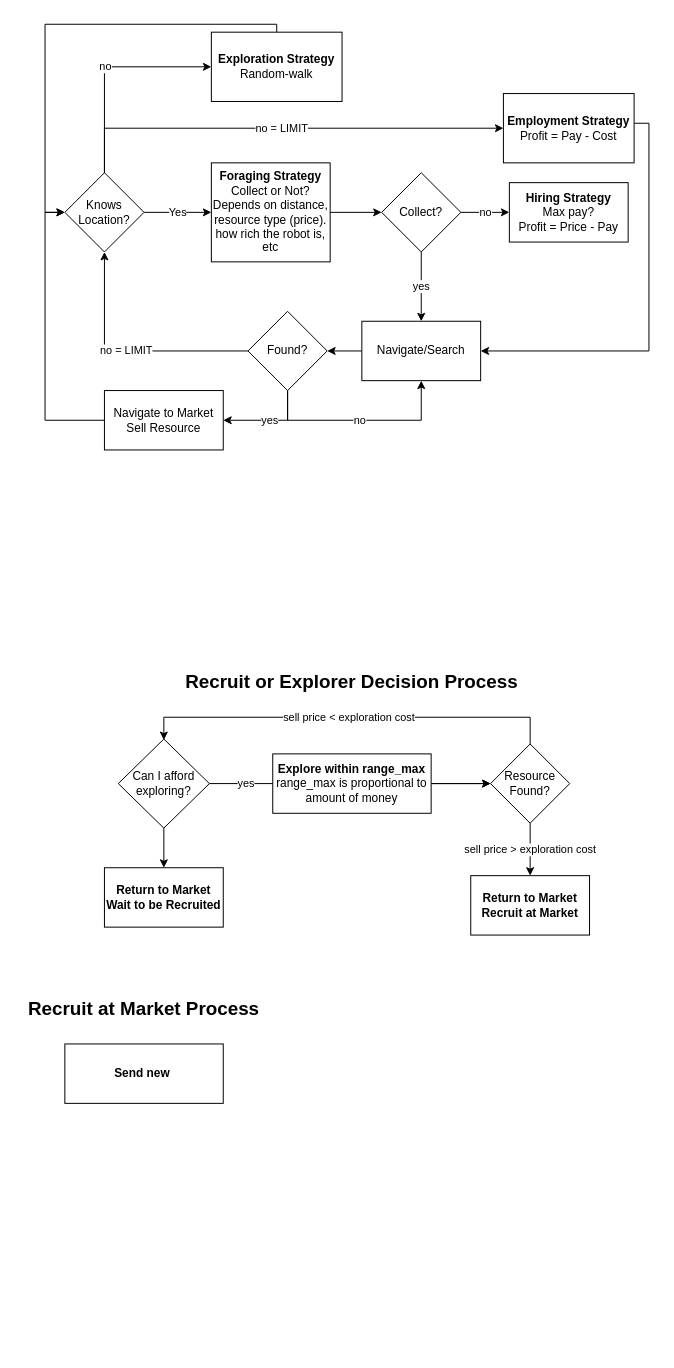
The draw.io diagram MarketForaging/Copy of Untitled Diagram.drawio in teksander/geth-argos, before the edit. Source tidied: cells renumbered, new cells numbered last; positions are measured from the earlier drawing's top-left corner, leaving out a move shared by most shapes. Both pictures are drawn from the tidied source at 99%, with x=0, y=0 at pixel (25, 24).
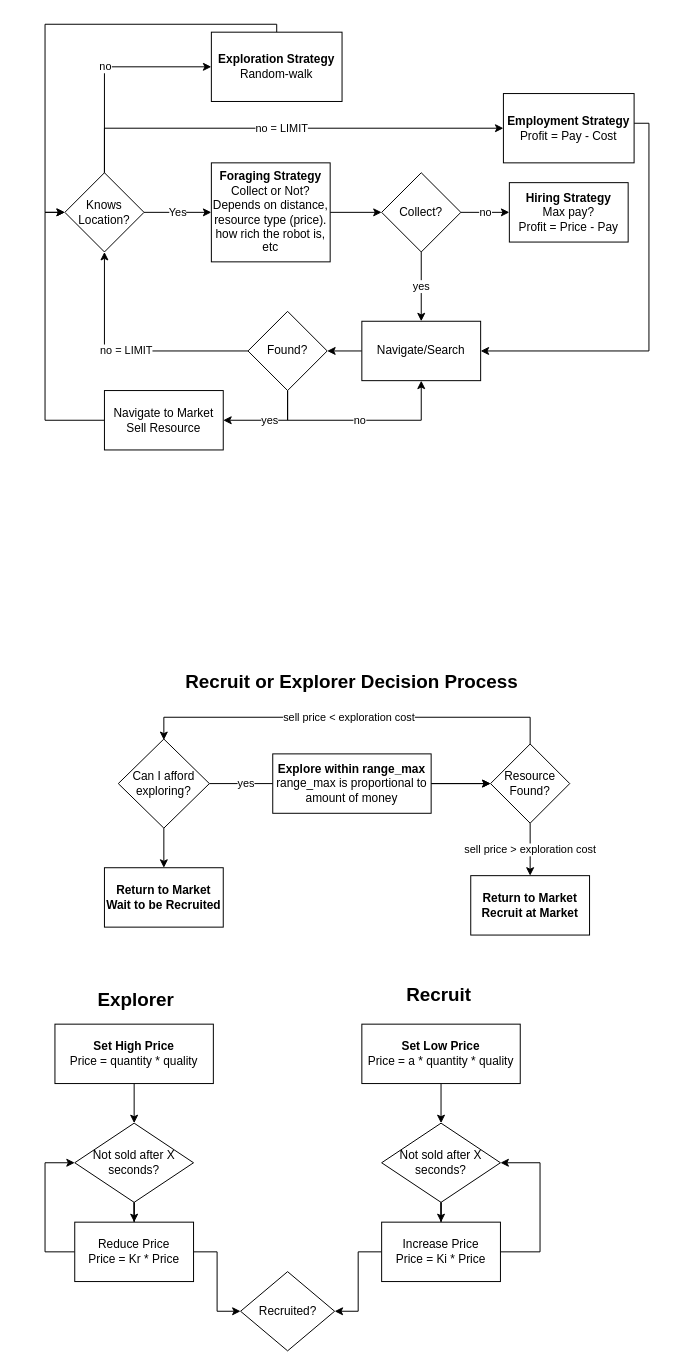
The same page after the edit.

Change to the diagram source:
```diff
@@
-    <mxCell id="36" value="&lt;font style=&quot;font-size: 19px&quot;&gt;Recruit at Market Process&lt;/font&gt;" style="text;html=1;strokeColor=none;fillColor=none;align=center;verticalAlign=middle;whiteSpace=wrap;rounded=0;fontStyle=1;" parent="1" vertex="1">
-      <mxGeometry y="980" width="240" height="30" as="geometry" />
+    <mxCell id="36" value="&lt;span style=&quot;font-size: 19px&quot;&gt;Explorer&lt;/span&gt;" style="text;html=1;strokeColor=none;fillColor=none;align=center;verticalAlign=middle;whiteSpace=wrap;rounded=0;fontStyle=1;" parent="1" vertex="1">
+      <mxGeometry x="-8" y="971" width="240" height="30" as="geometry" />
     </mxCell>
+    <mxCell id="38" style="edgeStyle=orthogonalEdgeStyle;rounded=0;jettySize=auto;html=1;" parent="1" edge="1" source="37" target="40">
+      <mxGeometry relative="1" as="geometry" />
+    </mxCell>
-    <mxCell id="37" value="&lt;b&gt;Send new&amp;nbsp;&lt;/b&gt;" style="rounded=0;whiteSpace=wrap;html=1;" parent="1" vertex="1">
-      <mxGeometry x="40" y="1030" width="160" height="60" as="geometry" />
+    <mxCell id="37" value="&lt;b&gt;Set High Price&lt;/b&gt;&lt;br&gt;Price = quantity * quality" style="rounded=0;whiteSpace=wrap;html=1;" parent="1" vertex="1">
+      <mxGeometry x="30" y="1010" width="160" height="60" as="geometry" />
     </mxCell>
+    <mxCell id="39" style="edgeStyle=orthogonalEdgeStyle;rounded=0;jettySize=auto;html=1;" parent="1" edge="1" source="40" target="43">
+      <mxGeometry relative="1" as="geometry" />
+    </mxCell>
+    <mxCell id="40" value="Not sold after X seconds?" style="rhombus;whiteSpace=wrap;html=1;rounded=0;" parent="1" vertex="1">
+      <mxGeometry x="50" y="1110" width="120" height="80" as="geometry" />
+    </mxCell>
+    <mxCell id="41" style="edgeStyle=orthogonalEdgeStyle;rounded=0;jettySize=auto;html=1;entryX=0;entryY=0.5;entryDx=0;entryDy=0;" parent="1" edge="1" source="43" target="40">
+      <mxGeometry relative="1" as="geometry">
+        <Array as="points">
+          <mxPoint x="20" y="1240" />
+          <mxPoint x="20" y="1150" />
+        </Array>
+      </mxGeometry>
+    </mxCell>
+    <mxCell id="42" style="edgeStyle=orthogonalEdgeStyle;rounded=0;jettySize=auto;html=1;entryX=0;entryY=0.5;entryDx=0;entryDy=0;" parent="1" edge="1" source="43" target="52">
+      <mxGeometry relative="1" as="geometry" />
+    </mxCell>
+    <mxCell id="43" value="Reduce Price&lt;br&gt;Price = Kr * Price" style="whiteSpace=wrap;html=1;rounded=0;" parent="1" vertex="1">
+      <mxGeometry x="50" y="1210" width="120" height="60" as="geometry" />
+    </mxCell>
+    <mxCell id="44" value="&lt;span style=&quot;font-size: 19px&quot;&gt;Recruit&lt;/span&gt;" style="text;html=1;strokeColor=none;fillColor=none;align=center;verticalAlign=middle;whiteSpace=wrap;rounded=0;fontStyle=1;" parent="1" vertex="1">
+      <mxGeometry x="298" y="966" width="240" height="30" as="geometry" />
+    </mxCell>
+    <mxCell id="45" style="edgeStyle=orthogonalEdgeStyle;rounded=0;jettySize=auto;html=1;" parent="1" edge="1" source="46" target="48">
+      <mxGeometry relative="1" as="geometry" />
+    </mxCell>
+    <mxCell id="46" value="&lt;b&gt;Set Low Price&lt;/b&gt;&lt;br&gt;Price = a * quantity * quality" style="rounded=0;whiteSpace=wrap;html=1;" parent="1" vertex="1">
+      <mxGeometry x="340" y="1010" width="160" height="60" as="geometry" />
+    </mxCell>
+    <mxCell id="47" style="edgeStyle=orthogonalEdgeStyle;rounded=0;jettySize=auto;html=1;" parent="1" edge="1" source="48" target="51">
+      <mxGeometry relative="1" as="geometry" />
+    </mxCell>
+    <mxCell id="48" value="Not sold after X seconds?" style="rhombus;whiteSpace=wrap;html=1;rounded=0;" parent="1" vertex="1">
+      <mxGeometry x="360" y="1110" width="120" height="80" as="geometry" />
+    </mxCell>
+    <mxCell id="49" style="edgeStyle=orthogonalEdgeStyle;rounded=0;jettySize=auto;html=1;entryX=1;entryY=0.5;entryDx=0;entryDy=0;" parent="1" edge="1" source="51" target="48">
+      <mxGeometry relative="1" as="geometry">
+        <Array as="points">
+          <mxPoint x="520" y="1240" />
+          <mxPoint x="520" y="1150" />
+        </Array>
+      </mxGeometry>
+    </mxCell>
+    <mxCell id="50" style="edgeStyle=orthogonalEdgeStyle;rounded=0;jettySize=auto;html=1;" parent="1" edge="1" source="51" target="52">
+      <mxGeometry relative="1" as="geometry" />
+    </mxCell>
+    <mxCell id="51" value="Increase Price&lt;br&gt;Price = Ki * Price" style="whiteSpace=wrap;html=1;rounded=0;" parent="1" vertex="1">
+      <mxGeometry x="360" y="1210" width="120" height="60" as="geometry" />
+    </mxCell>
+    <mxCell id="52" value="Recruited?" style="rhombus;whiteSpace=wrap;html=1;rounded=0;" parent="1" vertex="1">
+      <mxGeometry x="217.5" y="1260" width="95" height="80" as="geometry" />
+    </mxCell>
```
